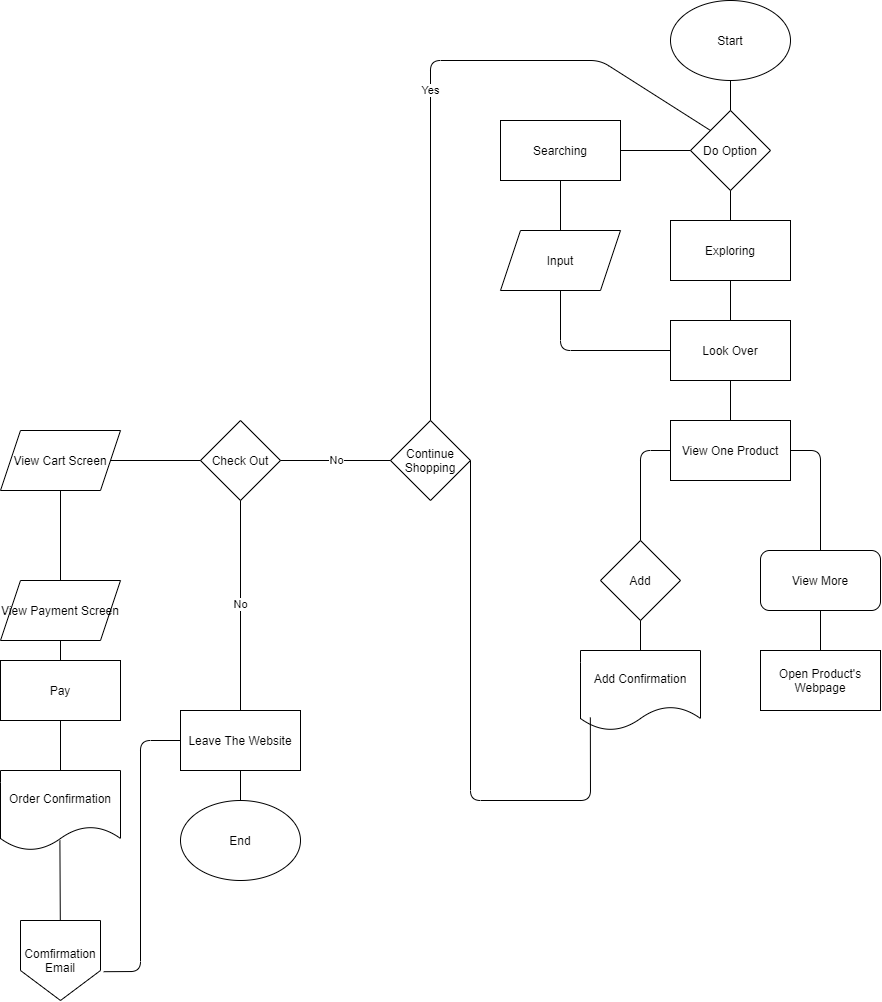
This is explore/diagramming/diagram.drawio.png from BinnYEver/fa21-cse110-lab4, a draw.io export, as it was before one commit. Source tidied: cells renumbered, new cells last; positions are measured from the earlier drawing's top-left corner, leaving out a move shared by most shapes.
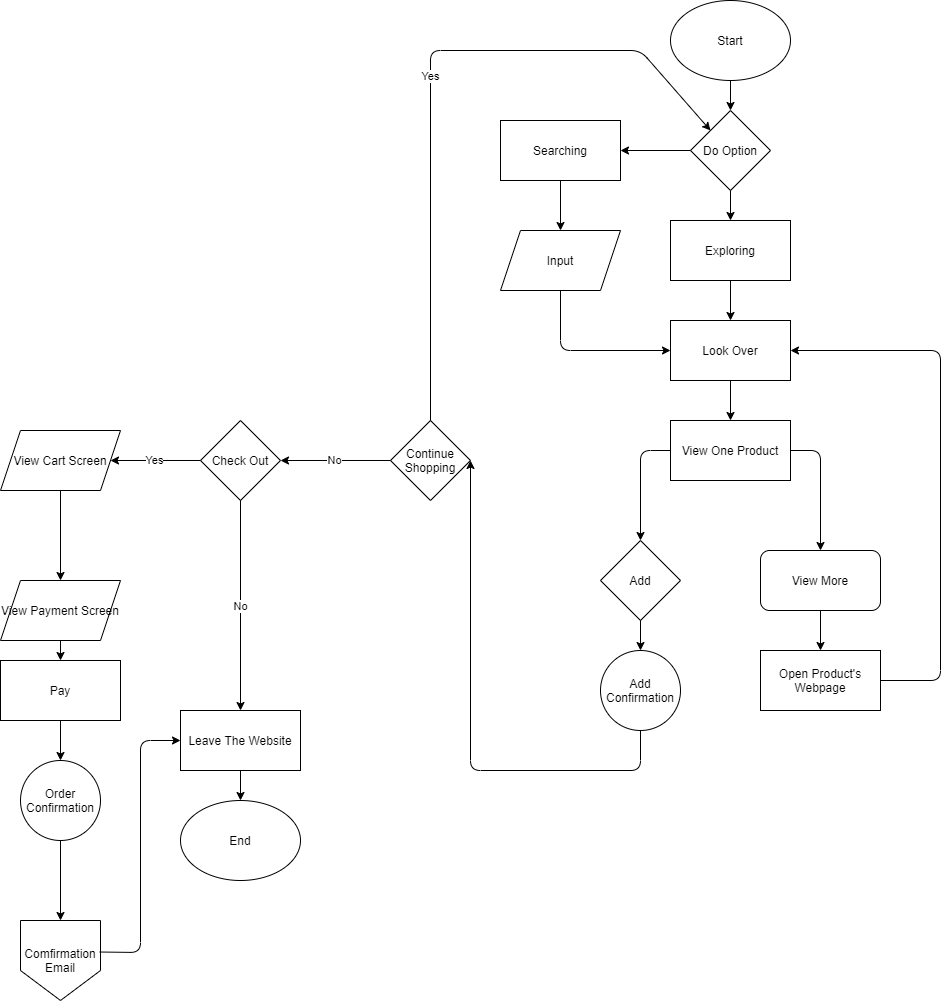
The same file after the commit.

Change to the diagram source:
```diff
@@ -11,9 +11,6 @@
     <mxCell id="4" value="Do Option" style="rhombus;whiteSpace=wrap;html=1;" parent="1" vertex="1">
       <mxGeometry x="690" y="110" width="80" height="80" as="geometry" />
     </mxCell>
-    <mxCell id="5" style="endArrow=none;html=1;entryX=0.5;entryY=1;entryDx=0;entryDy=0;exitX=0.5;exitY=0;exitDx=0;exitDy=0;" parent="1" edge="1" source="4" target="2">
-      <mxGeometry relative="1" as="geometry" />
-    </mxCell>
     <mxCell id="6" value="Input" style="shape=parallelogram;perimeter=parallelogramPerimeter;whiteSpace=wrap;html=1;fixedSize=1;" parent="1" vertex="1">
       <mxGeometry x="500" y="230" width="120" height="60" as="geometry" />
     </mxCell>
@@ -29,9 +26,6 @@
     <mxCell id="10" value="Add" style="rhombus;whiteSpace=wrap;html=1;" parent="1" vertex="1">
       <mxGeometry x="600" y="540" width="80" height="80" as="geometry" />
     </mxCell>
-    <mxCell id="11" value="Add Confirmation" style="shape=document;whiteSpace=wrap;html=1;boundedLbl=1;" parent="1" vertex="1">
-      <mxGeometry x="580" y="650" width="120" height="80" as="geometry" />
-    </mxCell>
     <mxCell id="12" value="Open Product's Webpage" style="rounded=0;whiteSpace=wrap;html=1;" parent="1" vertex="1">
       <mxGeometry x="760" y="650" width="120" height="60" as="geometry" />
     </mxCell>
@@ -44,124 +38,135 @@
     <mxCell id="15" value="Exploring" style="rounded=0;whiteSpace=wrap;html=1;" parent="1" vertex="1">
       <mxGeometry x="670" y="220" width="120" height="60" as="geometry" />
     </mxCell>
-    <mxCell id="16" style="endArrow=none;html=1;entryX=1;entryY=0.5;entryDx=0;entryDy=0;" parent="1" edge="1" target="14">
-      <mxGeometry relative="1" as="geometry">
-        <mxPoint x="690" y="150" as="sourcePoint" />
-      </mxGeometry>
-    </mxCell>
-    <mxCell id="17" style="endArrow=none;html=1;entryX=0.5;entryY=1;entryDx=0;entryDy=0;exitX=0.5;exitY=0;exitDx=0;exitDy=0;" parent="1" edge="1" source="15" target="4">
-      <mxGeometry relative="1" as="geometry" />
-    </mxCell>
-    <mxCell id="18" style="endArrow=none;html=1;entryX=0.5;entryY=1;entryDx=0;entryDy=0;exitX=0.5;exitY=0;exitDx=0;exitDy=0;" parent="1" edge="1" source="6" target="14">
-      <mxGeometry relative="1" as="geometry" />
-    </mxCell>
+    <mxCell id="28" value="Check Out" style="rhombus;whiteSpace=wrap;html=1;" parent="1" vertex="1">
+      <mxGeometry x="200" y="420" width="80" height="80" as="geometry" />
+    </mxCell>
+    <mxCell id="30" value="Leave The Website" style="rounded=0;whiteSpace=wrap;html=1;" parent="1" vertex="1">
+      <mxGeometry x="180" y="710" width="120" height="60" as="geometry" />
+    </mxCell>
+    <mxCell id="33" value="View Cart Screen" style="shape=parallelogram;perimeter=parallelogramPerimeter;whiteSpace=wrap;html=1;fixedSize=1;" parent="1" vertex="1">
+      <mxGeometry y="430" width="120" height="60" as="geometry" />
+    </mxCell>
+    <mxCell id="35" value="View Payment Screen" style="shape=parallelogram;perimeter=parallelogramPerimeter;whiteSpace=wrap;html=1;fixedSize=1;" parent="1" vertex="1">
+      <mxGeometry y="580" width="120" height="60" as="geometry" />
+    </mxCell>
+    <mxCell id="37" value="Pay" style="rounded=0;whiteSpace=wrap;html=1;" parent="1" vertex="1">
+      <mxGeometry y="660" width="120" height="60" as="geometry" />
+    </mxCell>
+    <mxCell id="42" value="Comfirmation Email" style="shape=offPageConnector;whiteSpace=wrap;html=1;" parent="1" vertex="1">
+      <mxGeometry x="20" y="920" width="80" height="80" as="geometry" />
+    </mxCell>
+    <mxCell id="38" value="Order Confirmation" style="ellipse;whiteSpace=wrap;html=1;" parent="1" vertex="1">
+      <mxGeometry x="20" y="760" width="80" height="80" as="geometry" />
+    </mxCell>
+    <mxCell id="11" value="Add Confirmation" style="ellipse;whiteSpace=wrap;html=1;" parent="1" vertex="1">
+      <mxGeometry x="600" y="650" width="80" height="80" as="geometry" />
+    </mxCell>
+    <mxCell id="44" style="endArrow=classic;html=1;verticalAlign=middle;exitX=0.5;exitY=1;exitDx=0;exitDy=0;entryX=0.5;entryY=0;entryDx=0;entryDy=0;" parent="1" edge="1" source="2" target="4">
+      <mxGeometry relative="1" as="geometry" />
+    </mxCell>
+    <mxCell id="45" style="endArrow=classic;html=1;verticalAlign=middle;exitX=0.5;exitY=1;exitDx=0;exitDy=0;entryX=0.5;entryY=0;entryDx=0;entryDy=0;" parent="1" edge="1" source="4" target="15">
+      <mxGeometry relative="1" as="geometry" />
+    </mxCell>
-    <mxCell id="19" value="Yes" style="endArrow=none;html=1;exitX=0.5;exitY=0;exitDx=0;exitDy=0;entryX=0;entryY=0;entryDx=0;entryDy=0;verticalAlign=middle;" parent="1" edge="1" source="13" target="4">
+    <mxCell id="19" value="Yes" style="endArrow=classic;html=1;verticalAlign=middle;exitX=0.5;exitY=0;exitDx=0;exitDy=0;entryX=0;entryY=0;entryDx=0;entryDy=0;" parent="1" edge="1" source="13" target="4">
       <mxGeometry relative="1" as="geometry">
         <Array as="points">
-          <mxPoint x="430" y="60" />
-          <mxPoint x="600" y="60" />
+          <mxPoint x="430" y="50" />
+          <mxPoint x="640" y="50" />
         </Array>
       </mxGeometry>
     </mxCell>
-    <mxCell id="20" style="endArrow=none;html=1;exitX=0;exitY=0.5;exitDx=0;exitDy=0;entryX=0.5;entryY=1;entryDx=0;entryDy=0;" parent="1" edge="1" source="7" target="6">
-      <mxGeometry relative="1" as="geometry">
-        <Array as="points">
-          <mxPoint x="560" y="350" />
-        </Array>
-      </mxGeometry>
-    </mxCell>
-    <mxCell id="21" style="endArrow=none;html=1;entryX=0.5;entryY=1;entryDx=0;entryDy=0;exitX=0.5;exitY=0;exitDx=0;exitDy=0;" parent="1" edge="1" source="7" target="15">
-      <mxGeometry relative="1" as="geometry" />
-    </mxCell>
-    <mxCell id="22" style="endArrow=none;html=1;entryX=0.5;entryY=1;entryDx=0;entryDy=0;exitX=0.5;exitY=0;exitDx=0;exitDy=0;" parent="1" edge="1" source="8" target="7">
-      <mxGeometry relative="1" as="geometry" />
-    </mxCell>
-    <mxCell id="23" style="endArrow=none;html=1;entryX=0;entryY=0.5;entryDx=0;entryDy=0;exitX=0.5;exitY=0;exitDx=0;exitDy=0;" parent="1" edge="1" source="10" target="8">
-      <mxGeometry relative="1" as="geometry">
-        <Array as="points">
-          <mxPoint x="640" y="450" />
-        </Array>
-      </mxGeometry>
-    </mxCell>
-    <mxCell id="24" style="endArrow=none;html=1;entryX=1;entryY=0.5;entryDx=0;entryDy=0;exitX=0.5;exitY=0;exitDx=0;exitDy=0;" parent="1" edge="1" source="9" target="8">
-      <mxGeometry relative="1" as="geometry">
-        <Array as="points">
-          <mxPoint x="820" y="450" />
-        </Array>
-      </mxGeometry>
-    </mxCell>
-    <mxCell id="25" style="endArrow=none;html=1;exitX=0.5;exitY=0;exitDx=0;exitDy=0;entryX=0.5;entryY=1;entryDx=0;entryDy=0;" parent="1" edge="1" source="11" target="10">
-      <mxGeometry relative="1" as="geometry" />
-    </mxCell>
-    <mxCell id="26" style="endArrow=none;html=1;exitX=0.5;exitY=0;exitDx=0;exitDy=0;entryX=0.5;entryY=1;entryDx=0;entryDy=0;" parent="1" edge="1" source="12" target="9">
-      <mxGeometry relative="1" as="geometry" />
-    </mxCell>
+    <mxCell id="46" style="endArrow=classic;html=1;verticalAlign=middle;exitX=0;exitY=0.5;exitDx=0;exitDy=0;" parent="1" edge="1" source="4">
+      <mxGeometry relative="1" as="geometry">
+        <mxPoint x="620" y="150" as="targetPoint" />
+      </mxGeometry>
+    </mxCell>
+    <mxCell id="47" style="endArrow=classic;html=1;verticalAlign=middle;exitX=0.5;exitY=1;exitDx=0;exitDy=0;entryX=0.5;entryY=0;entryDx=0;entryDy=0;" parent="1" edge="1" source="14" target="6">
+      <mxGeometry relative="1" as="geometry" />
+    </mxCell>
+    <mxCell id="48" style="endArrow=classic;html=1;verticalAlign=middle;exitX=0.5;exitY=1;exitDx=0;exitDy=0;entryX=0.5;entryY=0;entryDx=0;entryDy=0;" parent="1" edge="1" source="15" target="7">
+      <mxGeometry relative="1" as="geometry" />
+    </mxCell>
+    <mxCell id="49" style="endArrow=classic;html=1;verticalAlign=middle;entryX=0;entryY=0.5;entryDx=0;entryDy=0;entryPerimeter=0;exitX=0.5;exitY=1;exitDx=0;exitDy=0;" parent="1" edge="1" source="6" target="7">
+      <mxGeometry relative="1" as="geometry">
+        <Array as="points">
+          <mxPoint x="560" y="350" />
+        </Array>
+      </mxGeometry>
+    </mxCell>
+    <mxCell id="50" style="endArrow=classic;html=1;verticalAlign=middle;exitX=0.5;exitY=1;exitDx=0;exitDy=0;entryX=0.5;entryY=0;entryDx=0;entryDy=0;" parent="1" edge="1" source="7" target="8">
+      <mxGeometry relative="1" as="geometry" />
+    </mxCell>
+    <mxCell id="51" style="endArrow=classic;html=1;verticalAlign=middle;exitX=0;exitY=0.5;exitDx=0;exitDy=0;entryX=0.5;entryY=0;entryDx=0;entryDy=0;" parent="1" edge="1" source="8" target="10">
+      <mxGeometry relative="1" as="geometry">
+        <Array as="points">
+          <mxPoint x="640" y="450" />
+        </Array>
+      </mxGeometry>
+    </mxCell>
+    <mxCell id="52" style="endArrow=classic;html=1;verticalAlign=middle;exitX=1;exitY=0.5;exitDx=0;exitDy=0;entryX=0.5;entryY=0;entryDx=0;entryDy=0;" parent="1" edge="1" source="8" target="9">
+      <mxGeometry relative="1" as="geometry">
+        <Array as="points">
+          <mxPoint x="820" y="450" />
+        </Array>
+      </mxGeometry>
+    </mxCell>
+    <mxCell id="53" style="endArrow=classic;html=1;verticalAlign=middle;exitX=0.5;exitY=1;exitDx=0;exitDy=0;entryX=0.5;entryY=0;entryDx=0;entryDy=0;" parent="1" edge="1" source="9" target="12">
+      <mxGeometry relative="1" as="geometry" />
+    </mxCell>
+    <mxCell id="54" style="endArrow=classic;html=1;verticalAlign=middle;exitX=1;exitY=0.5;exitDx=0;exitDy=0;" parent="1" edge="1" source="12">
+      <mxGeometry relative="1" as="geometry">
+        <mxPoint x="790" y="350" as="targetPoint" />
+        <Array as="points">
+          <mxPoint x="940" y="680" />
+          <mxPoint x="940" y="350" />
+        </Array>
+      </mxGeometry>
+    </mxCell>
+    <mxCell id="55" style="endArrow=classic;html=1;verticalAlign=middle;exitX=0.5;exitY=1;exitDx=0;exitDy=0;" parent="1" edge="1" source="10">
+      <mxGeometry relative="1" as="geometry">
+        <mxPoint x="640" y="650" as="targetPoint" />
+      </mxGeometry>
+    </mxCell>
-    <mxCell id="27" style="endArrow=none;html=1;entryX=1;entryY=0.5;entryDx=0;entryDy=0;exitX=0.082;exitY=0.837;exitDx=0;exitDy=0;exitPerimeter=0;" parent="1" edge="1" source="11" target="13">
+    <mxCell id="27" style="endArrow=classic;html=1;verticalAlign=middle;exitX=0.5;exitY=1;exitDx=0;exitDy=0;entryX=1;entryY=0.5;entryDx=0;entryDy=0;" parent="1" edge="1" source="11" target="13">
       <mxGeometry relative="1" as="geometry">
         <Array as="points">
-          <mxPoint x="590" y="800" />
-          <mxPoint x="470" y="800" />
+          <mxPoint x="640" y="770" />
+          <mxPoint x="470" y="770" />
         </Array>
       </mxGeometry>
     </mxCell>
-    <mxCell id="28" value="Check Out" style="rhombus;whiteSpace=wrap;html=1;" parent="1" vertex="1">
-      <mxGeometry x="200" y="420" width="80" height="80" as="geometry" />
-    </mxCell>
-    <mxCell id="29" value="No" style="endArrow=none;html=1;entryX=0.5;entryY=1;entryDx=0;entryDy=0;exitX=0.5;exitY=0;exitDx=0;exitDy=0;" parent="1" edge="1" source="30" target="28">
-      <mxGeometry relative="1" as="geometry" />
-    </mxCell>
-    <mxCell id="30" value="Leave The Website" style="rounded=0;whiteSpace=wrap;html=1;" parent="1" vertex="1">
-      <mxGeometry x="180" y="710" width="120" height="60" as="geometry" />
-    </mxCell>
-    <mxCell id="31" value="No" style="endArrow=none;html=1;entryX=0;entryY=0.5;entryDx=0;entryDy=0;exitX=1;exitY=0.5;exitDx=0;exitDy=0;" parent="1" edge="1" source="28" target="13">
-      <mxGeometry relative="1" as="geometry" />
-    </mxCell>
-    <mxCell id="32" style="endArrow=none;html=1;exitX=0.5;exitY=1;exitDx=0;exitDy=0;entryX=0.5;entryY=0;entryDx=0;entryDy=0;" parent="1" edge="1" source="30" target="3">
+    <mxCell id="32" style="endArrow=classic;html=1;verticalAlign=middle;exitX=0.5;exitY=1;exitDx=0;exitDy=0;entryX=0.5;entryY=0;entryDx=0;entryDy=0;" parent="1" edge="1" source="30" target="3">
       <mxGeometry relative="1" as="geometry" />
     </mxCell>
-    <mxCell id="33" value="View Cart Screen" style="shape=parallelogram;perimeter=parallelogramPerimeter;whiteSpace=wrap;html=1;fixedSize=1;" parent="1" vertex="1">
-      <mxGeometry y="430" width="120" height="60" as="geometry" />
-    </mxCell>
-    <mxCell id="34" style="endArrow=none;html=1;entryX=0;entryY=0.5;entryDx=0;entryDy=0;exitX=1;exitY=0.5;exitDx=0;exitDy=0;" parent="1" edge="1" source="33" target="28">
-      <mxGeometry relative="1" as="geometry" />
-    </mxCell>
-    <mxCell id="35" value="View Payment Screen" style="shape=parallelogram;perimeter=parallelogramPerimeter;whiteSpace=wrap;html=1;fixedSize=1;" parent="1" vertex="1">
-      <mxGeometry y="580" width="120" height="60" as="geometry" />
-    </mxCell>
-    <mxCell id="36" style="endArrow=none;html=1;entryX=0.5;entryY=1;entryDx=0;entryDy=0;" parent="1" edge="1" target="33">
-      <mxGeometry relative="1" as="geometry">
-        <mxPoint x="60" y="580" as="sourcePoint" />
-      </mxGeometry>
-    </mxCell>
-    <mxCell id="37" value="Pay" style="rounded=0;whiteSpace=wrap;html=1;" parent="1" vertex="1">
-      <mxGeometry y="660" width="120" height="60" as="geometry" />
-    </mxCell>
-    <mxCell id="38" value="Order Confirmation" style="shape=document;whiteSpace=wrap;html=1;boundedLbl=1;" parent="1" vertex="1">
-      <mxGeometry y="770" width="120" height="80" as="geometry" />
-    </mxCell>
-    <mxCell id="39" style="endArrow=none;html=1;entryX=0.5;entryY=1;entryDx=0;entryDy=0;" parent="1" edge="1" target="35">
-      <mxGeometry relative="1" as="geometry">
-        <mxPoint x="60" y="660" as="sourcePoint" />
-      </mxGeometry>
-    </mxCell>
-    <mxCell id="40" style="endArrow=none;html=1;exitX=0.5;exitY=0;exitDx=0;exitDy=0;" parent="1" edge="1" source="38">
-      <mxGeometry relative="1" as="geometry">
-        <mxPoint x="60" y="720" as="targetPoint" />
-      </mxGeometry>
-    </mxCell>
+    <mxCell id="43" style="endArrow=classic;html=1;verticalAlign=middle;exitX=0.99;exitY=0.394;exitDx=0;exitDy=0;exitPerimeter=0;entryX=0;entryY=0.5;entryDx=0;entryDy=0;" parent="1" edge="1" source="42" target="30">
+      <mxGeometry relative="1" as="geometry">
+        <Array as="points">
+          <mxPoint x="140" y="952" />
+          <mxPoint x="140" y="740" />
+        </Array>
+      </mxGeometry>
+    </mxCell>
-    <mxCell id="41" style="endArrow=none;html=1;exitX=0.495;exitY=0.873;exitDx=0;exitDy=0;exitPerimeter=0;" parent="1" edge="1" source="38" target="42">
+    <mxCell id="41" style="endArrow=classic;html=1;verticalAlign=middle;exitX=0.5;exitY=1;exitDx=0;exitDy=0;entryX=0.5;entryY=0;entryDx=0;entryDy=0;" parent="1" edge="1" source="38" target="42">
       <mxGeometry relative="1" as="geometry" />
     </mxCell>
-    <mxCell id="42" value="Comfirmation Email" style="shape=offPageConnector;whiteSpace=wrap;html=1;" parent="1" vertex="1">
-      <mxGeometry x="20" y="920" width="80" height="80" as="geometry" />
-    </mxCell>
-    <mxCell id="43" style="endArrow=none;html=1;exitX=1.04;exitY=0.64;exitDx=0;exitDy=0;exitPerimeter=0;entryX=0;entryY=0.5;entryDx=0;entryDy=0;" parent="1" edge="1" source="42" target="30">
-      <mxGeometry relative="1" as="geometry">
-        <Array as="points">
-          <mxPoint x="140" y="971" />
-          <mxPoint x="140" y="740" />
-        </Array>
-      </mxGeometry>
-    </mxCell>
+    <mxCell id="56" style="endArrow=classic;html=1;verticalAlign=middle;exitX=0.5;exitY=1;exitDx=0;exitDy=0;entryX=0.5;entryY=0;entryDx=0;entryDy=0;" parent="1" edge="1" source="37" target="38">
+      <mxGeometry relative="1" as="geometry" />
+    </mxCell>
+    <mxCell id="57" style="endArrow=classic;html=1;verticalAlign=middle;entryX=0.5;entryY=0;entryDx=0;entryDy=0;exitX=0.5;exitY=1;exitDx=0;exitDy=0;" parent="1" edge="1" source="35" target="37">
+      <mxGeometry relative="1" as="geometry" />
+    </mxCell>
+    <mxCell id="58" style="endArrow=classic;html=1;verticalAlign=middle;exitX=0.5;exitY=1;exitDx=0;exitDy=0;entryX=0.5;entryY=0;entryDx=0;entryDy=0;" parent="1" edge="1" source="33" target="35">
+      <mxGeometry relative="1" as="geometry" />
+    </mxCell>
+    <mxCell id="59" value="Yes" style="endArrow=classic;html=1;verticalAlign=middle;exitX=0;exitY=0.5;exitDx=0;exitDy=0;entryX=1;entryY=0.5;entryDx=0;entryDy=0;" parent="1" edge="1" source="28" target="33">
+      <mxGeometry relative="1" as="geometry" />
+    </mxCell>
+    <mxCell id="60" value="No" style="endArrow=classic;html=1;verticalAlign=middle;entryX=1;entryY=0.5;entryDx=0;entryDy=0;exitX=0;exitY=0.5;exitDx=0;exitDy=0;" parent="1" edge="1" source="13" target="28">
+      <mxGeometry relative="1" as="geometry" />
+    </mxCell>
+    <mxCell id="61" value="No" style="endArrow=classic;html=1;verticalAlign=middle;exitX=0.5;exitY=1;exitDx=0;exitDy=0;entryX=0.5;entryY=0;entryDx=0;entryDy=0;" parent="1" edge="1" source="28" target="30">
+      <mxGeometry relative="1" as="geometry" />
+    </mxCell>
   </root>
 </mxGraphModel>
```
